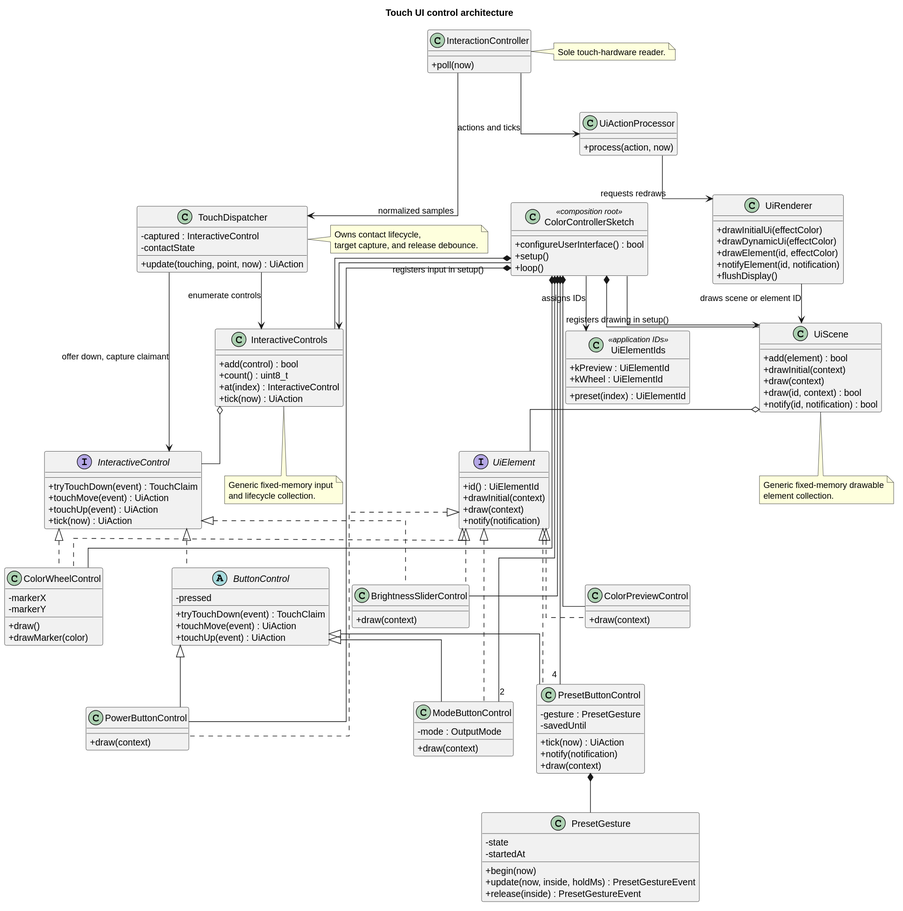
noelanderson/color-controller keeps this PlantUML diagram as docs/diagrams/ui-control-classes.svg. Above is the earlier version.
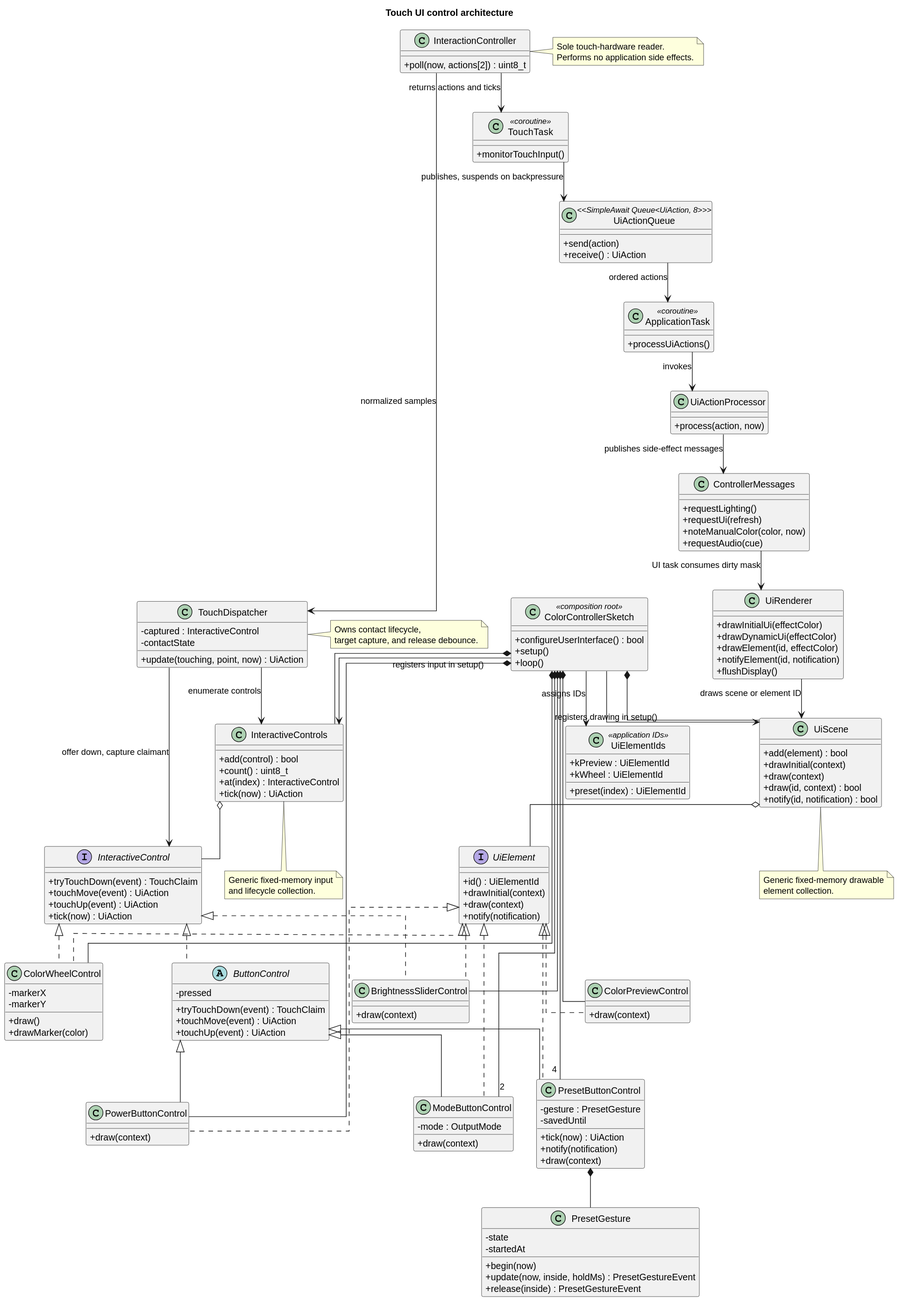
After the change.

Change to the diagram source:
```diff
@@ -8,7 +8,20 @@
 skinparam packageStyle rectangle
 
 class InteractionController {
-  +poll(now)
+  +poll(now, actions[2]) : uint8_t
+}
+
+class TouchTask <<coroutine>> {
+  +monitorTouchInput()
+}
+
+class UiActionQueue <<SimpleAwait Queue<UiAction, 8>>> {
+  +send(action)
+  +receive() : UiAction
+}
+
+class ApplicationTask <<coroutine>> {
+  +processUiActions()
 }
 
 class ColorControllerSketch <<composition root>> {
@@ -45,6 +58,13 @@
 
 class UiActionProcessor {
   +process(action, now)
+}
+
+class ControllerMessages {
+  +requestLighting()
+  +requestUi(refresh)
+  +noteManualColor(color, now)
+  +requestAudio(cue)
 }
 
 class InteractiveControls {
@@ -146,14 +166,19 @@
 InteractionController --> TouchDispatcher : normalized samples
 TouchDispatcher --> InteractiveControls : enumerate controls
 TouchDispatcher --> InteractiveControl : offer down, capture claimant
-InteractionController --> UiActionProcessor : actions and ticks
-UiActionProcessor --> UiRenderer : requests redraws
+InteractionController --> TouchTask : returns actions and ticks
+TouchTask --> UiActionQueue : publishes, suspends on backpressure
+UiActionQueue --> ApplicationTask : ordered actions
+ApplicationTask --> UiActionProcessor : invokes
+UiActionProcessor --> ControllerMessages : publishes side-effect messages
+ControllerMessages --> UiRenderer : UI task consumes dirty mask
 UiRenderer --> UiScene : draws scene or element ID
 ColorControllerSketch --> InteractiveControls : registers input in setup()
 ColorControllerSketch --> UiScene : registers drawing in setup()
 
 note right of InteractionController
   Sole touch-hardware reader.
+  Performs no application side effects.
 end note
 
 note right of TouchDispatcher
```
